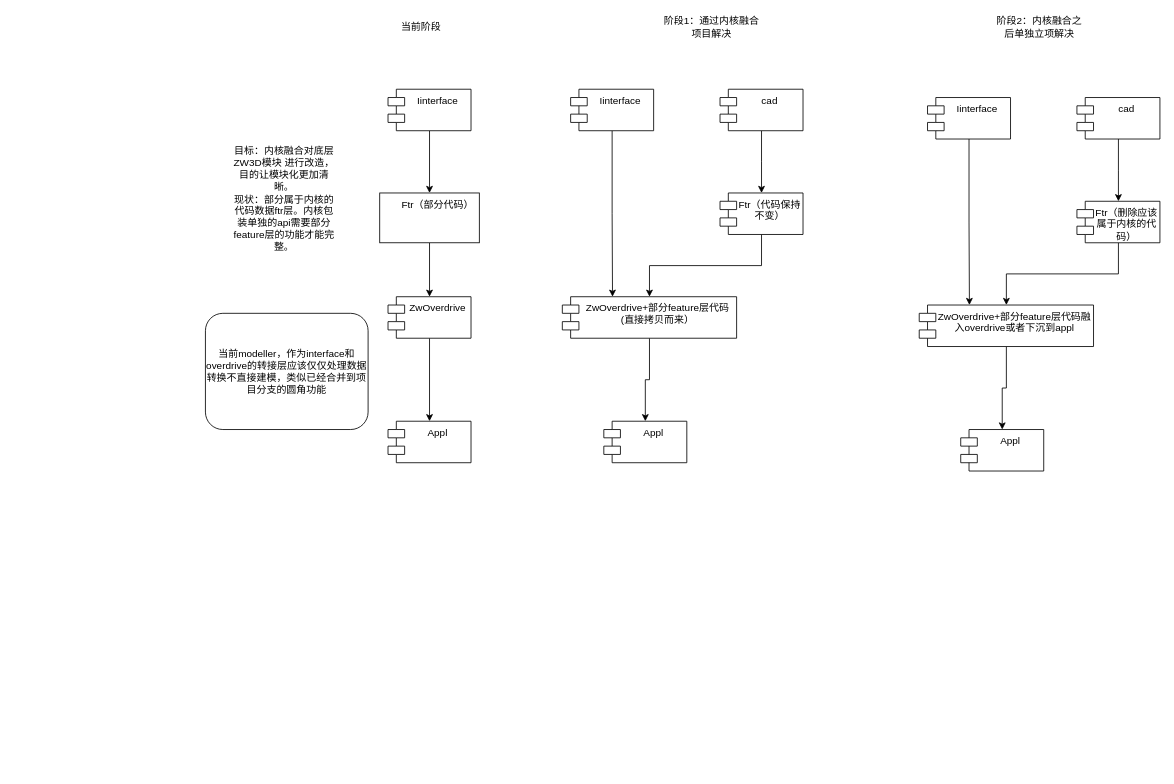
This is 绘图记录/模块化.drawio from studyrohan/BSpline_learn, a draw.io file, before an edit. Source tidied: cells renumbered, new cells numbered last; positions are measured from the earlier drawing's top-left corner, leaving out a move shared by most shapes. Both pictures are drawn from the tidied source at 83%, with x=0, y=0 at pixel (205, 14).
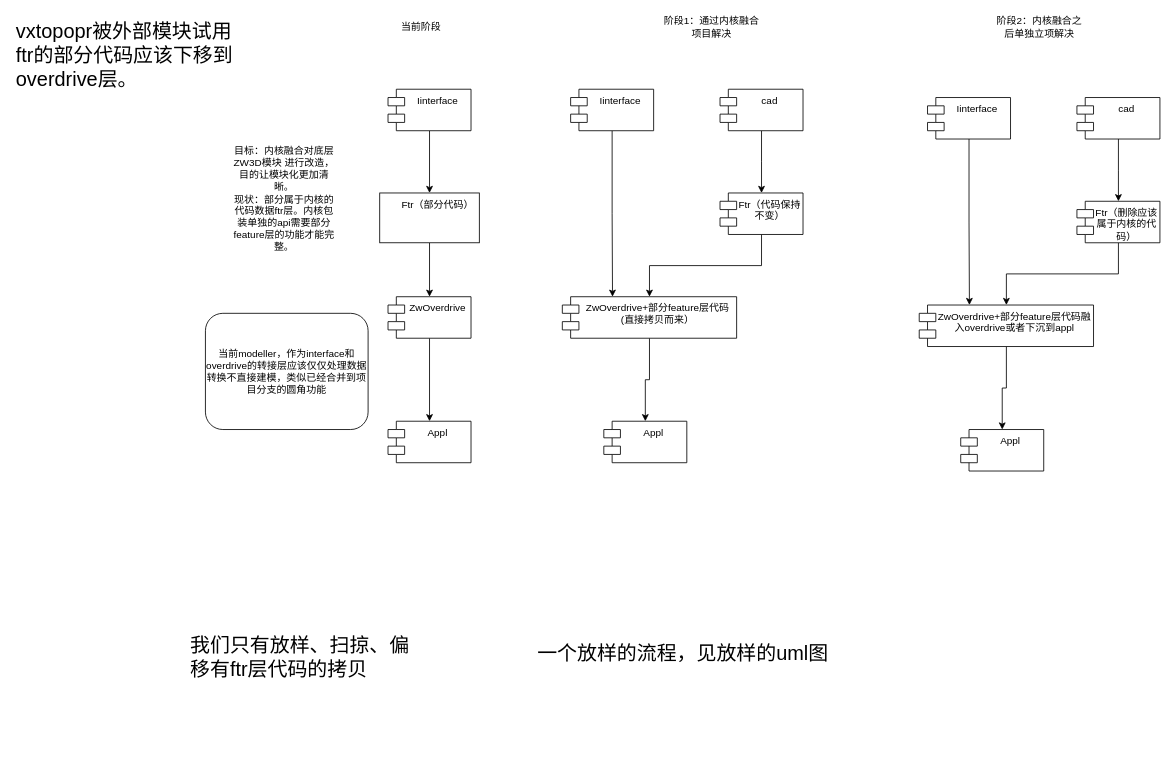
The same page after the edit.

The edit, as a diff of the source:
```diff
@@
+    <mxCell id="32" value="&lt;font style=&quot;font-size: 24px;&quot;&gt;一个放样的流程，见放样的uml图&lt;/font&gt;" style="text;html=1;align=center;verticalAlign=middle;strokeColor=none;fillColor=none;" parent="1" vertex="1">
+      <mxGeometry x="390" y="750" width="370" height="40" as="geometry" />
+    </mxCell>
+    <mxCell id="33" value="&lt;font style=&quot;font-size: 24px;&quot;&gt;我们只有放样、扫掠、偏移有ftr层代码的拷贝&lt;/font&gt;" style="text;whiteSpace=wrap;html=1;" parent="1" vertex="1">
+      <mxGeometry x="-20" y="740" width="270" height="170" as="geometry" />
+    </mxCell>
+    <mxCell id="34" value="&lt;font style=&quot;font-size: 24px;&quot;&gt;vxtopopr被外部模块试用&lt;br&gt;ftr的部分代码应该下移到overdrive层。&lt;/font&gt;" style="text;whiteSpace=wrap;html=1;" parent="1" vertex="1">
+      <mxGeometry x="-230" width="330" height="160" as="geometry" />
+    </mxCell>
```
